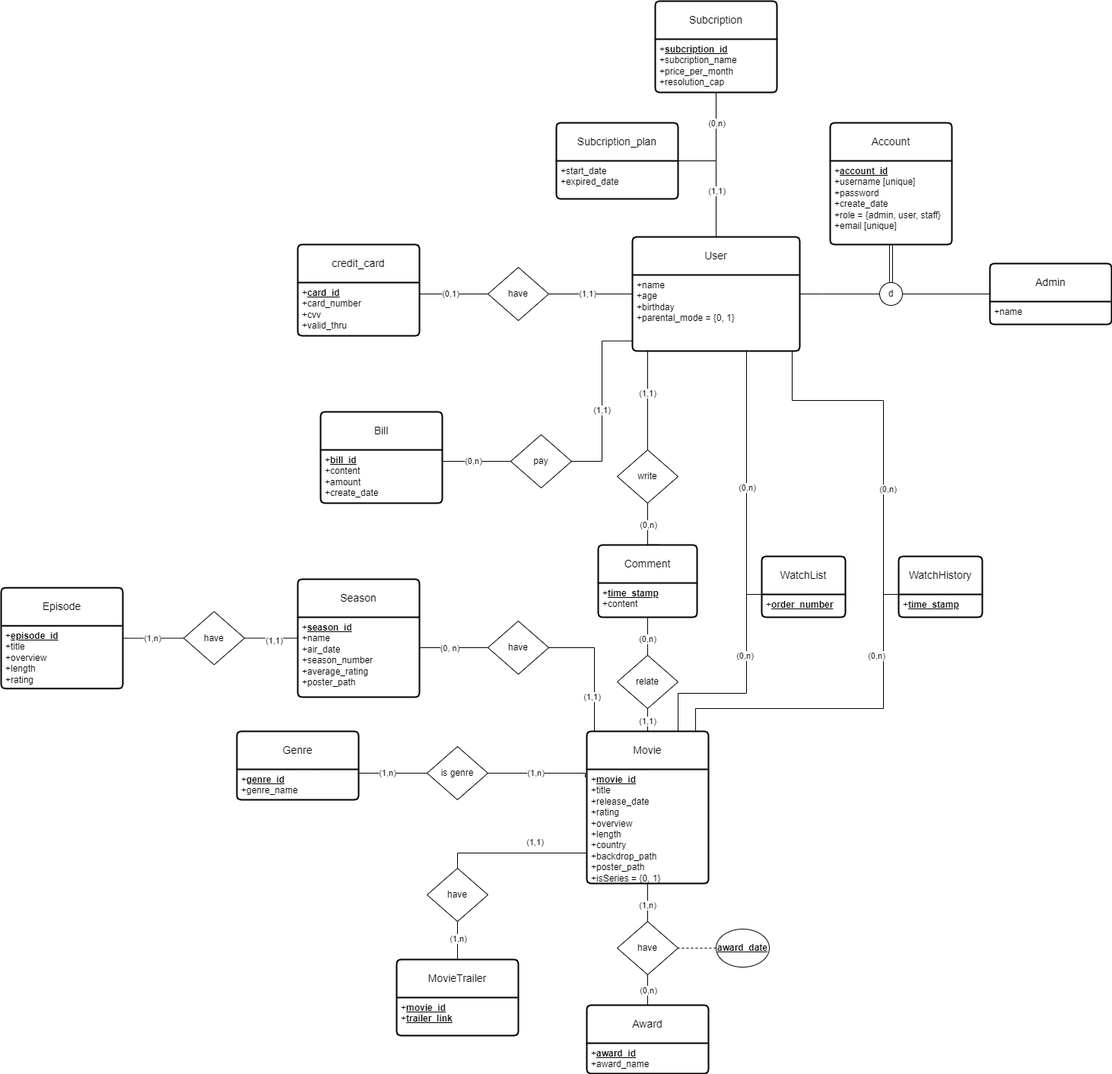
Earlier version of the draw.io export docs/analysis and design/Netflex.drawio.png (DanielPham311/Intro2SE-21CLC03-Group11). Source tidied: cells renumbered, new cells last; positions are measured from the earlier drawing's top-left corner, leaving out a move shared by most shapes.
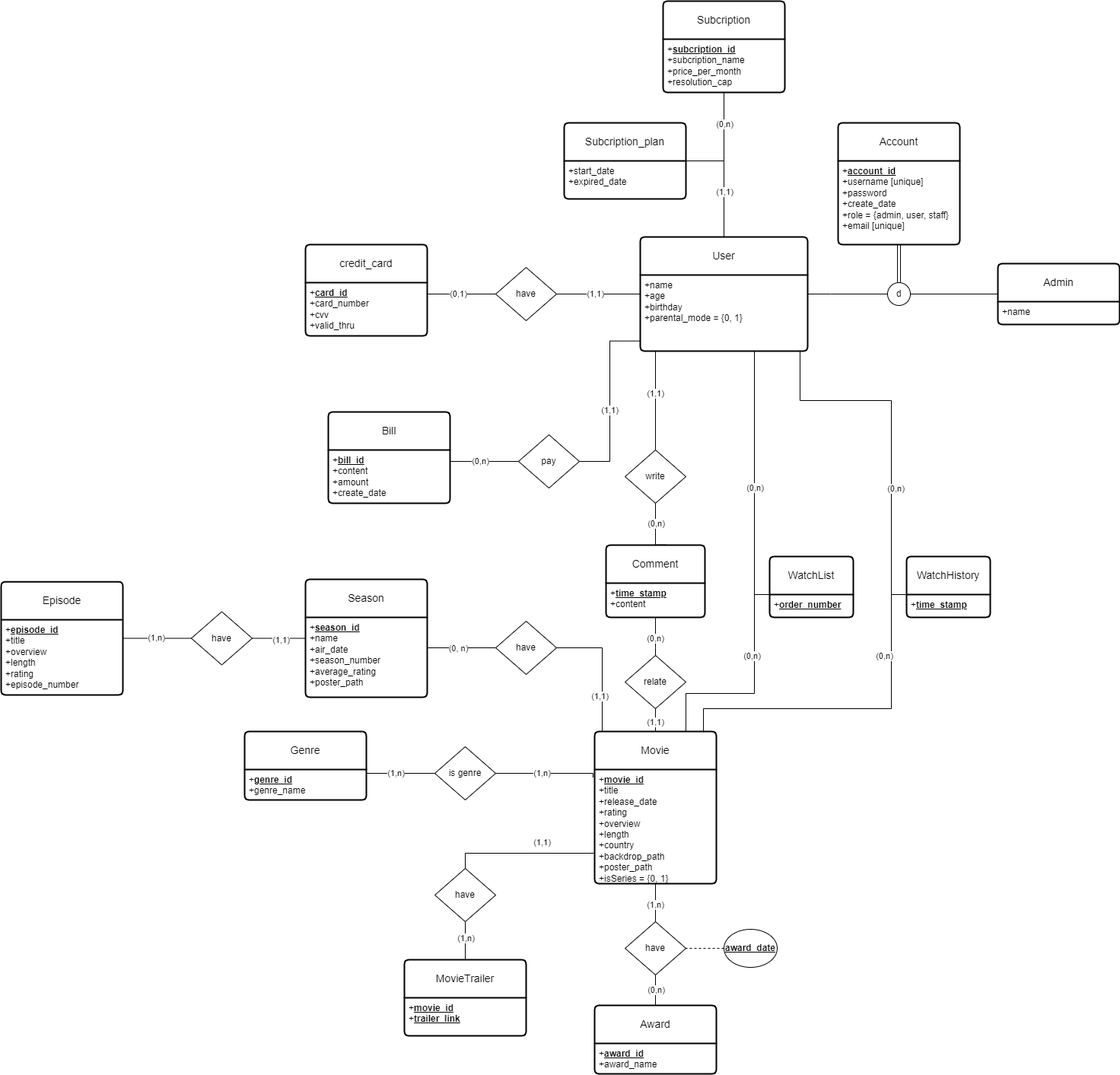
The same diagram one commit later.

Commit message:
Movie, Season, Episode Data

Change to the diagram source:
```diff
@@ -365,10 +365,10 @@
       <mxGeometry x="-0.05" y="1" relative="1" as="geometry" />
     </mxCell>
     <mxCell id="87" value="Episode" style="swimlane;horizontal=1;startSize=50;rounded=1;fontSize=14;fontStyle=0;strokeWidth=2;shadow=0;dashed=0;align=center;arcSize=4;whiteSpace=wrap;html=1;" parent="1" vertex="1">
-      <mxGeometry y="771.2" width="160" height="132.5" as="geometry" />
+      <mxGeometry x="-10" y="763.1" width="160" height="148.8" as="geometry" />
     </mxCell>
-    <mxCell id="88" value="+&lt;b&gt;&lt;u&gt;episode_id&lt;/u&gt;&lt;/b&gt;&lt;br&gt;+title&lt;br&gt;+overview&lt;br&gt;+length&lt;br&gt;+rating" style="align=left;strokeColor=none;fillColor=none;spacingLeft=4;fontSize=12;verticalAlign=top;html=1;" parent="87" vertex="1">
-      <mxGeometry y="50" width="160" height="82.5" as="geometry" />
+    <mxCell id="88" value="+&lt;b&gt;&lt;u&gt;episode_id&lt;/u&gt;&lt;/b&gt;&lt;br&gt;+title&lt;br&gt;+overview&lt;br&gt;+length&lt;br&gt;+rating&lt;br&gt;+episode_number" style="align=left;strokeColor=none;fillColor=none;spacingLeft=4;fontSize=12;verticalAlign=top;html=1;" parent="87" vertex="1">
+      <mxGeometry y="50" width="160" height="98.8" as="geometry" />
     </mxCell>
     <mxCell id="89" value="have" style="rhombus;whiteSpace=wrap;html=1;" parent="1" vertex="1">
       <mxGeometry x="640" y="815" width="80" height="70" as="geometry" />
```
